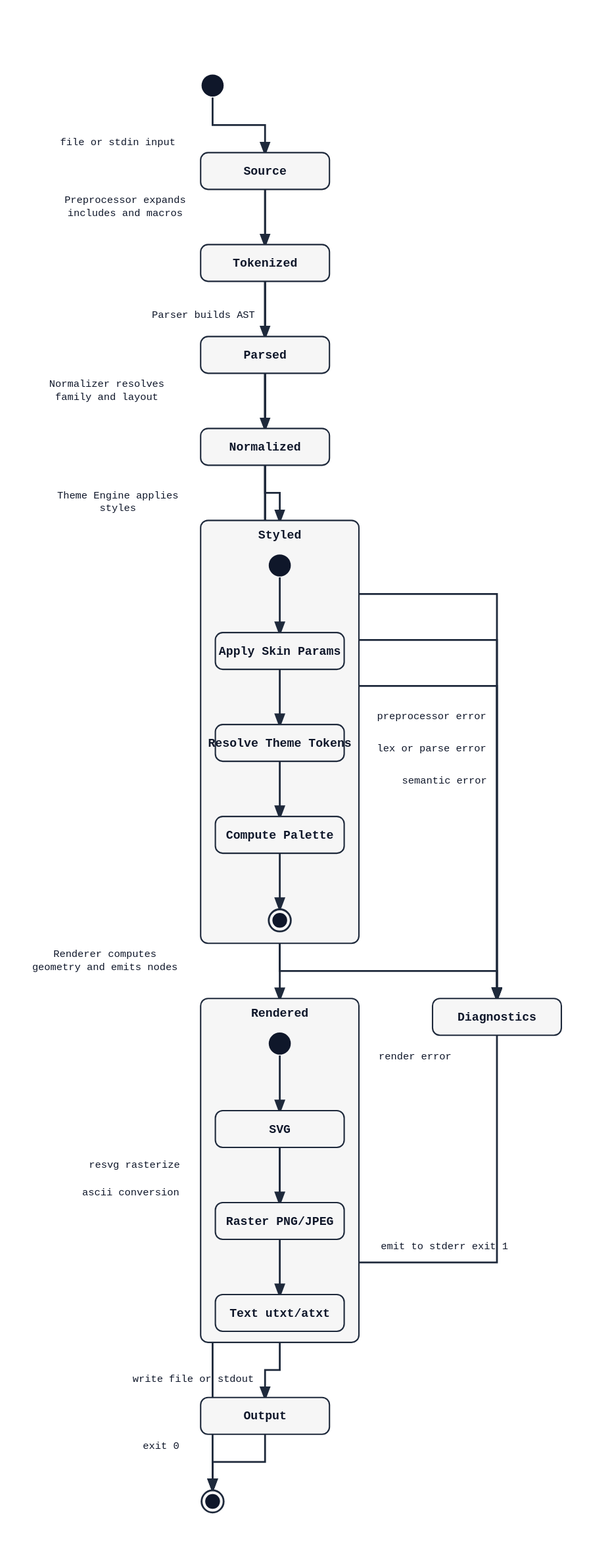
The PlantUML diagram docs/diagrams/diagram-family-lifecycle.svg in alliecatowo/puml, before a commit. Its source is kept beside it as docs/diagrams/diagram-family-lifecycle.puml. Its diagram source:
```plantuml
@startuml

[*] --> Source : file or stdin input

Source --> Tokenized : Preprocessor expands includes and macros
Source --> Diagnostics : preprocessor error

Tokenized --> Parsed : Parser builds AST
Tokenized --> Diagnostics : lex or parse error

Parsed --> Normalized : Normalizer resolves family and layout
Parsed --> Diagnostics : semantic error

state Styled {
  state "Apply Skin Params" as SkinParams
  state "Resolve Theme Tokens" as ThemeTokens
  state "Compute Palette" as Palette

  [*] --> SkinParams
  SkinParams --> ThemeTokens
  ThemeTokens --> Palette
  Palette --> [*]
}

Normalized --> Styled : Theme Engine applies styles

state Rendered {
  state "SVG" as SVGOut
  state "Raster PNG/JPEG" as Raster
  state "Text utxt/atxt" as TxtOut

  [*] --> SVGOut
  SVGOut --> Raster : resvg rasterize
  SVGOut --> TxtOut : ascii conversion
}

Styled --> Rendered : Renderer computes geometry and emits nodes
Styled --> Diagnostics : render error

Rendered --> Output : write file or stdout

Output --> [*] : exit 0

Diagnostics --> [*] : emit to stderr exit 1

@enduml
```
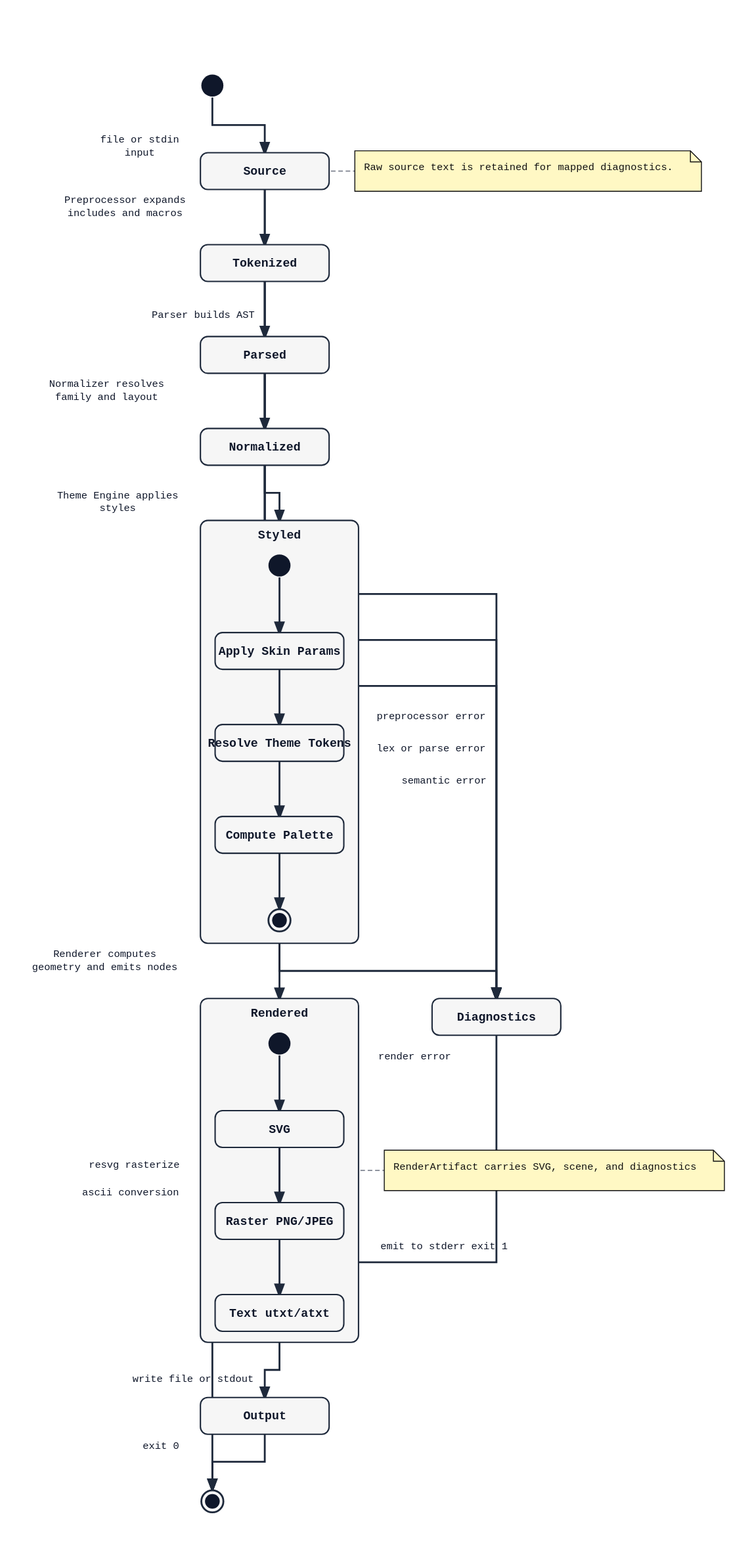
The same diagram one commit later.

Diff of the diagram source:
```diff
@@ -1,6 +1,10 @@
 @startuml
 
-[*] --> Source : file or stdin input
+[*] --> Source : file or stdin\ninput
+
+note right of Source
+  Raw source text is retained for mapped diagnostics.
+end note
 
 Source --> Tokenized : Preprocessor expands includes and macros
 Source --> Diagnostics : preprocessor error
@@ -37,6 +41,8 @@
 Styled --> Rendered : Renderer computes geometry and emits nodes
 Styled --> Diagnostics : render error
 
+note right of Rendered: RenderArtifact carries SVG, scene, and diagnostics
+
 Rendered --> Output : write file or stdout
 
 Output --> [*] : exit 0
```
